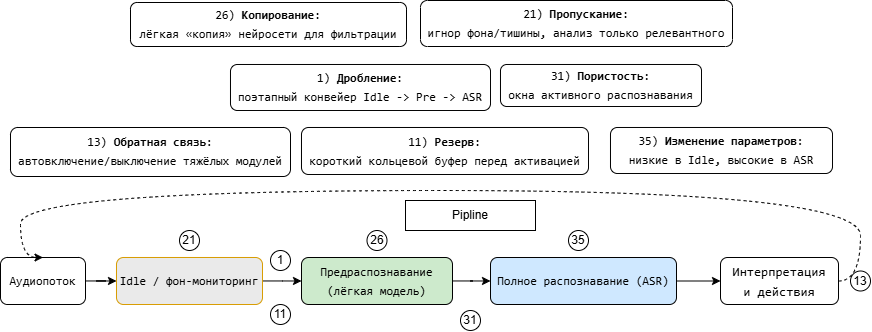
The draw.io diagram triz/state_diagram.drawio.png in Basselalshayeb2/report_presentation_template, before a commit. Source tidied: cells renumbered, new cells last; positions are measured from the earlier drawing's top-left corner, leaving out a move shared by most shapes.
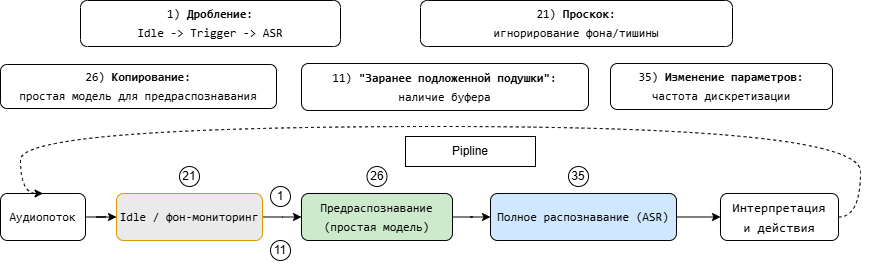
The same diagram one commit later.

Diff of the diagram source:
```diff
@@ -2,29 +2,26 @@
   <root>
     <mxCell id="0" />
     <mxCell id="1" parent="0" />
+    <mxCell id="28" style="group;" parent="1" vertex="1">
+      <mxGeometry y="64" width="870" height="266" as="geometry" />
+    </mxCell>
-    <mxCell id="2" value="&lt;div style=&quot;font-family: Consolas, &amp;quot;Courier New&amp;quot;, monospace; line-height: 19px; white-space: pre;&quot;&gt;&lt;font style=&quot;color: rgb(0, 0, 0);&quot;&gt;1) &lt;b style=&quot;&quot;&gt;Дробление&lt;/b&gt;:&lt;br&gt;поэтапный конвейер Idle -&amp;gt; Pre &lt;font style=&quot;color: rgb(0, 0, 0);&quot;&gt;-&amp;gt;&lt;/font&gt;&lt;span style=&quot;color: rgb(220, 220, 170);&quot;&gt; &lt;/span&gt;ASR&lt;/font&gt;&lt;/div&gt;" style="rounded=1;whiteSpace=wrap;html=1;" parent="1" vertex="1">
-      <mxGeometry x="230" y="64" width="260" height="46" as="geometry" />
+    <mxCell id="2" value="&lt;div style=&quot;font-family: Consolas, &amp;quot;Courier New&amp;quot;, monospace; line-height: 19px; white-space: pre;&quot;&gt;&lt;font style=&quot;color: rgb(0, 0, 0);&quot;&gt;1) &lt;b style=&quot;&quot;&gt;Дробление&lt;/b&gt;:&lt;br&gt;Idle -&amp;gt; Trigger &lt;font style=&quot;color: rgb(0, 0, 0);&quot;&gt;-&amp;gt;&lt;/font&gt;&lt;span style=&quot;color: rgb(220, 220, 170);&quot;&gt; &lt;/span&gt;ASR&lt;/font&gt;&lt;/div&gt;" style="rounded=1;whiteSpace=wrap;html=1;" parent="28" vertex="1">
+      <mxGeometry x="80" width="260" height="46" as="geometry" />
     </mxCell>
-    <mxCell id="3" value="&lt;div style=&quot;font-family: Consolas, &amp;quot;Courier New&amp;quot;, monospace; line-height: 19px; white-space: pre;&quot;&gt;&lt;font style=&quot;color: rgb(0, 0, 0);&quot;&gt;26) &lt;font&gt;&lt;b&gt;Копирование&lt;/b&gt;&lt;/font&gt;&lt;span&gt;:&lt;/span&gt;&lt;br&gt;&lt;div style=&quot;line-height: 19px;&quot;&gt;лёгкая «копия» нейросети для фильтрации&lt;/div&gt;&lt;/font&gt;&lt;/div&gt;" style="rounded=1;whiteSpace=wrap;html=1;" parent="1" vertex="1">
-      <mxGeometry x="130" y="2" width="276" height="44" as="geometry" />
+    <mxCell id="3" value="&lt;div style=&quot;font-family: Consolas, &amp;quot;Courier New&amp;quot;, monospace; line-height: 19px; white-space: pre;&quot;&gt;&lt;font&gt;26) &lt;font style=&quot;color: rgb(0, 0, 0);&quot;&gt;&lt;b&gt;Копирование&lt;/b&gt;&lt;/font&gt;&lt;span style=&quot;color: rgb(0, 0, 0);&quot;&gt;:&lt;/span&gt;&lt;br&gt;&lt;div style=&quot;line-height: 19px;&quot;&gt;&lt;div style=&quot;line-height: 19px;&quot;&gt;&lt;font style=&quot;color: rgb(0, 0, 0);&quot;&gt;простая модель для предраспознавания&lt;/font&gt;&lt;/div&gt;&lt;/div&gt;&lt;/font&gt;&lt;/div&gt;" style="rounded=1;whiteSpace=wrap;html=1;" parent="28" vertex="1">
+      <mxGeometry y="64" width="276" height="44" as="geometry" />
     </mxCell>
-    <mxCell id="4" value="&lt;div style=&quot;font-family: Consolas, &amp;quot;Courier New&amp;quot;, monospace; line-height: 19px; white-space: pre;&quot;&gt;&lt;font style=&quot;color: rgb(0, 0, 0);&quot;&gt;21) &lt;b&gt;Пропускание&lt;/b&gt;:&lt;br&gt;&lt;div style=&quot;line-height: 19px;&quot;&gt;игнор фона/тишины, анализ только релевантного&lt;/div&gt;&lt;/font&gt;&lt;/div&gt;" style="rounded=1;whiteSpace=wrap;html=1;" parent="1" vertex="1">
+    <mxCell id="4" value="&lt;div style=&quot;font-family: Consolas, &amp;quot;Courier New&amp;quot;, monospace; line-height: 19px; white-space: pre;&quot;&gt;&lt;font&gt;21) &lt;b&gt;П&lt;span&gt;&lt;font style=&quot;color: rgb(0, 0, 0);&quot;&gt;роскок&lt;/font&gt;&lt;/span&gt;&lt;/b&gt;&lt;span style=&quot;color: rgb(0, 0, 0); background-color: transparent;&quot;&gt;:&lt;/span&gt;&lt;br&gt;&lt;div style=&quot;line-height: 19px;&quot;&gt;&lt;span&gt;&lt;font style=&quot;color: rgb(0, 0, 0);&quot;&gt;игнорирование&lt;/font&gt;&lt;/span&gt; фона/тишины&lt;/div&gt;&lt;/font&gt;&lt;/div&gt;" style="rounded=1;whiteSpace=wrap;html=1;" parent="28" vertex="1">
       <mxGeometry x="420" width="312" height="46" as="geometry" />
     </mxCell>
-    <mxCell id="5" value="&lt;div style=&quot;font-family: Consolas, &amp;quot;Courier New&amp;quot;, monospace; line-height: 19px; white-space: pre;&quot;&gt;&lt;font&gt;11) &lt;b style=&quot;&quot;&gt;Резерв&lt;/b&gt;:&lt;br&gt;&lt;div style=&quot;line-height: 19px;&quot;&gt;короткий кольцевой буфер перед активацией&lt;/div&gt;&lt;/font&gt;&lt;/div&gt;" style="rounded=1;whiteSpace=wrap;html=1;labelBackgroundColor=none;fontColor=#000000;" parent="1" vertex="1">
-      <mxGeometry x="301" y="127" width="287" height="47" as="geometry" />
+    <mxCell id="5" value="&lt;div style=&quot;font-family: Consolas, &amp;quot;Courier New&amp;quot;, monospace; line-height: 19px; white-space: pre;&quot;&gt;&lt;font&gt;11) &lt;b&gt;&quot;З&lt;span&gt;&lt;font style=&quot;color: rgb(0, 0, 0);&quot;&gt;аранее подложенной подушки&quot;&lt;/font&gt;&lt;/span&gt;&lt;/b&gt;&lt;span style=&quot;background-color: transparent; color: light-dark(rgb(0, 0, 0), rgb(237, 237, 237));&quot;&gt;:&lt;/span&gt;&lt;br&gt;&lt;div style=&quot;line-height: 19px;&quot;&gt;&lt;div style=&quot;line-height: 19px;&quot;&gt;&lt;span&gt;&lt;font style=&quot;color: rgb(0, 0, 0);&quot;&gt;наличие буфера&lt;/font&gt;&lt;/span&gt;&lt;/div&gt;&lt;/div&gt;&lt;/font&gt;&lt;/div&gt;" style="rounded=1;whiteSpace=wrap;html=1;labelBackgroundColor=none;fontColor=#000000;" parent="28" vertex="1">
+      <mxGeometry x="301" y="63" width="287" height="47" as="geometry" />
     </mxCell>
-    <mxCell id="6" value="&lt;div style=&quot;font-family: Consolas, &amp;quot;Courier New&amp;quot;, monospace; line-height: 19px; white-space: pre;&quot;&gt;&lt;font&gt;35) &lt;b style=&quot;&quot;&gt;Изменение параметров&lt;/b&gt;:&lt;br&gt;&lt;div style=&quot;line-height: 19px;&quot;&gt;низкие в Idle, высокие в ASR&lt;/div&gt;&lt;/font&gt;&lt;/div&gt;" style="rounded=1;whiteSpace=wrap;html=1;labelBackgroundColor=none;fontColor=#000000;" parent="1" vertex="1">
-      <mxGeometry x="610" y="127" width="222" height="46" as="geometry" />
+    <mxCell id="6" value="&lt;div style=&quot;font-family: Consolas, &amp;quot;Courier New&amp;quot;, monospace; line-height: 19px; white-space: pre;&quot;&gt;&lt;font&gt;35) &lt;b style=&quot;&quot;&gt;Изменение параметров&lt;/b&gt;:&lt;br&gt;&lt;div style=&quot;line-height: 19px;&quot;&gt;&lt;div style=&quot;line-height: 19px;&quot;&gt;&lt;font style=&quot;color: rgb(0, 0, 0);&quot;&gt;частота дискретизации&lt;/font&gt;&lt;/div&gt;&lt;/div&gt;&lt;/font&gt;&lt;/div&gt;" style="rounded=1;whiteSpace=wrap;html=1;labelBackgroundColor=none;fontColor=#000000;" parent="28" vertex="1">
+      <mxGeometry x="610" y="63" width="222" height="46" as="geometry" />
     </mxCell>
-    <mxCell id="7" value="&lt;div style=&quot;font-family: Consolas, &amp;quot;Courier New&amp;quot;, monospace; line-height: 19px; white-space: pre;&quot;&gt;&lt;font&gt;13) &lt;b style=&quot;&quot;&gt;Обратная связь&lt;/b&gt;:&lt;br&gt;&lt;div style=&quot;line-height: 19px;&quot;&gt;автовключение/выключение тяжёлых модулей&lt;/div&gt;&lt;/font&gt;&lt;/div&gt;" style="rounded=1;whiteSpace=wrap;html=1;labelBackgroundColor=none;fontColor=#000000;" parent="1" vertex="1">
-      <mxGeometry x="10" y="127" width="280" height="49" as="geometry" />
-    </mxCell>
-    <mxCell id="8" value="&lt;div style=&quot;font-family: Consolas, &amp;quot;Courier New&amp;quot;, monospace; line-height: 19px; white-space: pre;&quot;&gt;&lt;font&gt;31) &lt;b&gt;Пористость&lt;/b&gt;:&lt;br&gt;&lt;div style=&quot;line-height: 19px;&quot;&gt;окна активного распознавания&lt;/div&gt;&lt;/font&gt;&lt;/div&gt;" style="rounded=1;whiteSpace=wrap;html=1;labelBackgroundColor=none;fontColor=#000000;" parent="1" vertex="1">
-      <mxGeometry x="500" y="64" width="201" height="42" as="geometry" />
-    </mxCell>
-    <mxCell id="9" style="group;" parent="1" vertex="1">
-      <mxGeometry y="190" width="870" height="140" as="geometry" />
+    <mxCell id="9" style="group;" parent="28" vertex="1">
+      <mxGeometry y="126" width="870" height="140" as="geometry" />
     </mxCell>
     <mxCell id="10" style="edgeStyle=orthogonalEdgeStyle;rounded=0;jettySize=auto;html=1;entryX=0;entryY=0.5;entryDx=0;entryDy=0;endSize=6;startSize=6;jumpSize=6;" parent="9" edge="1" source="11" target="13">
       <mxGeometry relative="1" as="geometry" />
@@ -41,7 +38,7 @@
     <mxCell id="14" style="edgeStyle=orthogonalEdgeStyle;rounded=0;jettySize=auto;html=1;entryX=0;entryY=0.5;entryDx=0;entryDy=0;" parent="9" edge="1" source="15" target="17">
       <mxGeometry relative="1" as="geometry" />
     </mxCell>
-    <mxCell id="15" value="&lt;div style=&quot;font-family: Consolas, &amp;quot;Courier New&amp;quot;, monospace; line-height: 19px; white-space: pre;&quot;&gt;&lt;div style=&quot;line-height: 19px;&quot;&gt;&lt;div style=&quot;line-height: 19px;&quot;&gt;&lt;div style=&quot;line-height: 19px;&quot;&gt;&lt;font&gt;Предраспознавание&lt;br/&gt;(лёгкая модель)&lt;/font&gt;&lt;/div&gt;&lt;/div&gt;&lt;/div&gt;&lt;/div&gt;" style="rounded=1;whiteSpace=wrap;html=1;labelBackgroundColor=none;fontColor=default;fillColor=#CDEACC;" parent="9" vertex="1">
+    <mxCell id="15" value="&lt;div style=&quot;font-family: Consolas, &amp;quot;Courier New&amp;quot;, monospace; line-height: 19px; white-space: pre;&quot;&gt;&lt;div style=&quot;line-height: 19px;&quot;&gt;&lt;div style=&quot;line-height: 19px;&quot;&gt;&lt;div style=&quot;line-height: 19px;&quot;&gt;&lt;font&gt;Предраспознавание&lt;br&gt;(простая модель)&lt;/font&gt;&lt;/div&gt;&lt;/div&gt;&lt;/div&gt;&lt;/div&gt;" style="rounded=1;whiteSpace=wrap;html=1;labelBackgroundColor=none;fontColor=default;fillColor=#CDEACC;" parent="9" vertex="1">
       <mxGeometry x="301" y="67" width="151" height="47" as="geometry" />
     </mxCell>
     <mxCell id="16" style="edgeStyle=orthogonalEdgeStyle;rounded=0;jettySize=auto;html=1;entryX=0;entryY=0.5;entryDx=0;entryDy=0;" parent="9" edge="1" source="17" target="19">
@@ -63,9 +60,6 @@
     <mxCell id="19" value="&lt;div style=&quot;font-family: Consolas, &amp;quot;Courier New&amp;quot;, monospace; line-height: 19px; white-space: pre;&quot;&gt;&lt;div style=&quot;line-height: 19px;&quot;&gt;&lt;div style=&quot;line-height: 19px;&quot;&gt;&lt;div style=&quot;line-height: 19px;&quot;&gt;&lt;div style=&quot;line-height: 19px;&quot;&gt;&lt;div style=&quot;line-height: 19px;&quot;&gt;&lt;font style=&quot;font-size: 13px; color: rgb(0, 0, 0);&quot;&gt;Интерпретация&lt;br/&gt;и действия&lt;/font&gt;&lt;/div&gt;&lt;/div&gt;&lt;/div&gt;&lt;/div&gt;&lt;/div&gt;&lt;/div&gt;" style="rounded=1;whiteSpace=wrap;html=1;" parent="9" vertex="1">
       <mxGeometry x="720" y="67" width="118" height="47" as="geometry" />
     </mxCell>
-    <mxCell id="20" value="13" style="ellipse;whiteSpace=wrap;html=1;" parent="9" vertex="1">
-      <mxGeometry x="850" y="80.5" width="20" height="20" as="geometry" />
-    </mxCell>
     <mxCell id="21" value="1" style="ellipse;whiteSpace=wrap;html=1;" parent="9" vertex="1">
       <mxGeometry x="270" y="60" width="20" height="20" as="geometry" />
     </mxCell>
@@ -78,9 +72,6 @@
     <mxCell id="24" value="35" style="ellipse;whiteSpace=wrap;html=1;" parent="9" vertex="1">
       <mxGeometry x="568" y="40" width="20" height="20" as="geometry" />
     </mxCell>
-    <mxCell id="25" value="31" style="ellipse;whiteSpace=wrap;html=1;" parent="9" vertex="1">
-      <mxGeometry x="460" y="120" width="20" height="20" as="geometry" />
-    </mxCell>
     <mxCell id="26" value="11" style="ellipse;whiteSpace=wrap;html=1;" parent="9" vertex="1">
       <mxGeometry x="270" y="114" width="20" height="20" as="geometry" />
     </mxCell>
```
